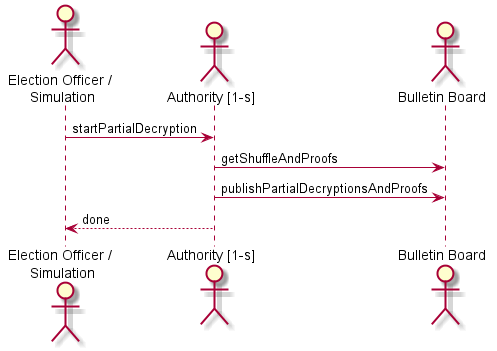
This is doc/sequence/Decryption.png from republique-et-canton-de-geneve/chvote-protocol-poc, a PlantUML export, as it was before one commit. The source it was exported from:
```plantuml
@startuml
actor "Election Officer / \nSimulation" as eo
actor "Authority [1-s]" as auth
actor "Bulletin Board" as bb

eo -> auth : startPartialDecryption
auth -> bb : getShuffleAndProofs
auth -> bb : publishPartialDecryptionsAndProofs
auth --> eo : done

@enduml
```
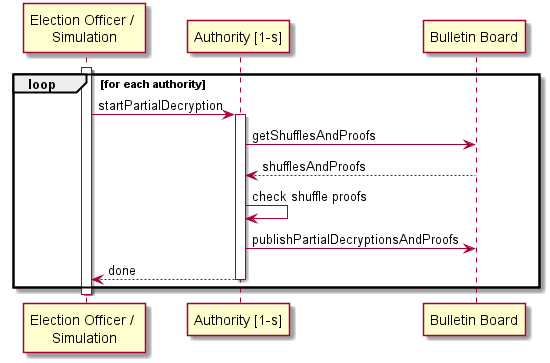
After the change.

Diff of the diagram source:
```diff
@@ -1,11 +1,19 @@
 @startuml
-actor "Election Officer / \nSimulation" as eo
-actor "Authority [1-s]" as auth
-actor "Bulletin Board" as bb
+participant "Election Officer / \nSimulation" as eo
+participant "Authority [1-s]" as auth
+participant "Bulletin Board" as bb
 
+activate eo
+loop for each authority
 eo -> auth : startPartialDecryption
-auth -> bb : getShuffleAndProofs
-auth -> bb : publishPartialDecryptionsAndProofs
-auth --> eo : done
+    activate auth
+    auth -> bb : getShufflesAndProofs
+    bb --> auth : shufflesAndProofs
+    auth -> auth : check shuffle proofs
+    auth -> bb : publishPartialDecryptionsAndProofs
+    auth --> eo : done
+    deactivate auth
+end
+deactivate eo
 
 @enduml
```
